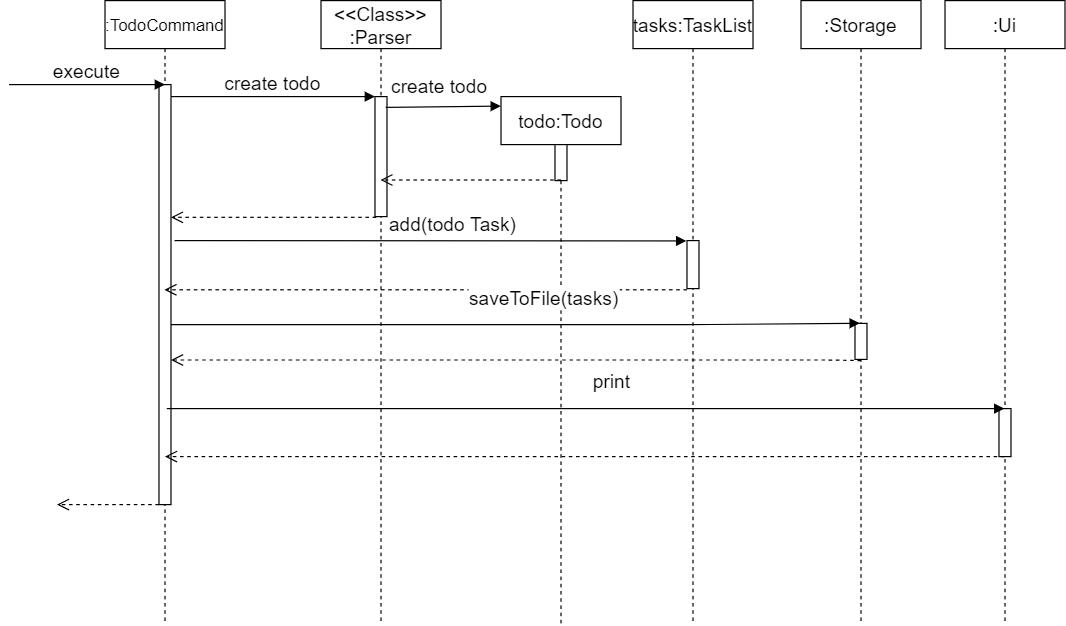
The draw.io diagram docs/images/SequenceDiagram.png in nus-tic4001-AY2021S1/ip, before a commit. Source tidied: cells renumbered, new cells last; positions are measured from the earlier drawing's top-left corner, leaving out a move shared by most shapes.
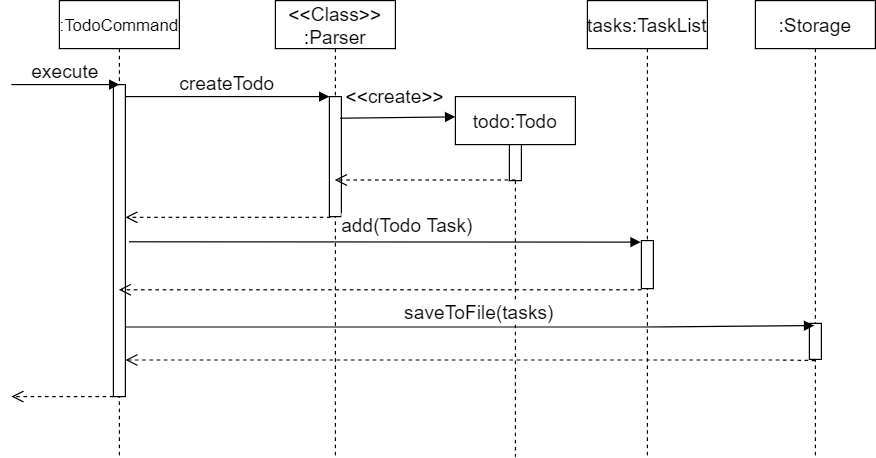
After the change.

Diff of the diagram source:
```diff
@@ -3,13 +3,13 @@
     <mxCell id="0" />
     <mxCell id="1" parent="0" />
     <mxCell id="2" value=":TodoCommand" style="shape=umlLifeline;perimeter=lifelinePerimeter;rounded=0;shadow=0;strokeWidth=1;fontSize=14;" parent="1" vertex="1">
-      <mxGeometry x="80" width="100" height="520" as="geometry" />
+      <mxGeometry x="80" width="100" height="380" as="geometry" />
     </mxCell>
     <mxCell id="3" style="points=[];perimeter=orthogonalPerimeter;rounded=0;shadow=0;strokeWidth=1;fontSize=16;" parent="2" vertex="1">
-      <mxGeometry x="45" y="70" width="10" height="350" as="geometry" />
+      <mxGeometry x="45" y="70" width="10" height="260" as="geometry" />
     </mxCell>
     <mxCell id="4" value="&lt;&lt;Class&gt;&gt;&#10;:Parser" style="shape=umlLifeline;perimeter=lifelinePerimeter;rounded=0;shadow=0;strokeWidth=1;fontSize=16;" parent="1" vertex="1">
-      <mxGeometry x="260" width="100" height="520" as="geometry" />
+      <mxGeometry x="260" width="100" height="380" as="geometry" />
     </mxCell>
     <mxCell id="5" style="points=[];perimeter=orthogonalPerimeter;rounded=0;shadow=0;strokeWidth=1;fontSize=16;" parent="4" vertex="1">
       <mxGeometry x="45" y="80" width="10" height="100" as="geometry" />
@@ -17,36 +17,31 @@
     <mxCell id="6" style="verticalAlign=bottom;endArrow=open;dashed=1;endSize=8;exitX=0.1;exitY=1.006;shadow=0;strokeWidth=1;fontSize=16;exitDx=0;exitDy=0;exitPerimeter=0;" parent="1" edge="1" source="5" target="3">
       <mxGeometry relative="1" as="geometry" />
     </mxCell>
-    <mxCell id="7" value="create todo" style="verticalAlign=bottom;endArrow=block;entryX=0;entryY=0;shadow=0;strokeWidth=1;fontSize=16;" parent="1" edge="1" source="3" target="5">
+    <mxCell id="7" value="createTodo" style="verticalAlign=bottom;endArrow=block;entryX=0;entryY=0;shadow=0;strokeWidth=1;fontSize=16;" parent="1" edge="1" source="3" target="5">
       <mxGeometry relative="1" as="geometry" />
     </mxCell>
     <mxCell id="8" value="tasks:TaskList" style="shape=umlLifeline;perimeter=lifelinePerimeter;rounded=0;shadow=0;strokeWidth=1;fontSize=16;" parent="1" vertex="1">
-      <mxGeometry x="520" width="100" height="520" as="geometry" />
+      <mxGeometry x="520" width="100" height="380" as="geometry" />
     </mxCell>
     <mxCell id="9" style="points=[];perimeter=orthogonalPerimeter;rounded=0;shadow=0;strokeWidth=1;fontSize=16;" parent="8" vertex="1">
       <mxGeometry x="45" y="200" width="10" height="40" as="geometry" />
     </mxCell>
     <mxCell id="10" value=":Storage" style="shape=umlLifeline;perimeter=lifelinePerimeter;rounded=0;shadow=0;strokeWidth=1;fontSize=16;" parent="1" vertex="1">
-      <mxGeometry x="660" width="100" height="520" as="geometry" />
+      <mxGeometry x="660" width="100" height="380" as="geometry" />
     </mxCell>
     <mxCell id="11" style="perimeter=orthogonalPerimeter;rounded=0;shadow=0;strokeWidth=1;fontSize=16;" parent="10" vertex="1">
       <mxGeometry x="45" y="269" width="10" height="30" as="geometry" />
     </mxCell>
-    <mxCell id="12" value=":Ui" style="shape=umlLifeline;perimeter=lifelinePerimeter;rounded=0;shadow=0;strokeWidth=1;fontSize=16;" parent="1" vertex="1">
-      <mxGeometry x="780" width="100" height="520" as="geometry" />
-    </mxCell>
-    <mxCell id="13" style="perimeter=orthogonalPerimeter;rounded=0;shadow=0;strokeWidth=1;fontSize=16;" parent="12" vertex="1">
-      <mxGeometry x="45" y="340" width="10" height="40" as="geometry" />
-    </mxCell>
     <mxCell id="14" value="todo:Todo" style="shape=umlLifeline;perimeter=lifelinePerimeter;rounded=0;shadow=0;strokeWidth=1;fontSize=16;" parent="1" vertex="1">
-      <mxGeometry x="410" y="80" width="100" height="440" as="geometry" />
+      <mxGeometry x="410" y="80" width="100" height="300" as="geometry" />
     </mxCell>
     <mxCell id="15" style="perimeter=orthogonalPerimeter;rounded=0;shadow=0;strokeWidth=1;fontSize=16;" parent="14" vertex="1">
       <mxGeometry x="45" y="40" width="10" height="30" as="geometry" />
     </mxCell>
-    <mxCell id="16" value="create todo" style="verticalAlign=bottom;endArrow=block;shadow=0;strokeWidth=1;fontSize=16;entryX=-0.001;entryY=0.018;entryDx=0;entryDy=0;entryPerimeter=0;" parent="1" edge="1" target="14">
-      <mxGeometry x="-0.06" y="6" relative="1" as="geometry">
-        <mxPoint x="314" y="89" as="sourcePoint" />
+    <mxCell id="16" value="&lt;&lt;create&gt;&gt;" style="verticalAlign=bottom;endArrow=block;shadow=0;strokeWidth=1;fontSize=16;entryX=-0.001;entryY=0.018;entryDx=0;entryDy=0;entryPerimeter=0;" parent="1" edge="1">
+      <mxGeometry x="-0.04" y="7" relative="1" as="geometry">
+        <mxPoint x="314" y="98" as="sourcePoint" />
+        <mxPoint x="409.9" y="96.9" as="targetPoint" />
       </mxGeometry>
     </mxCell>
     <mxCell id="17" style="verticalAlign=bottom;endArrow=open;dashed=1;endSize=8;shadow=0;strokeWidth=1;fontSize=16;" parent="1" edge="1" target="4">
@@ -54,20 +49,21 @@
         <mxPoint x="460" y="149.5" as="sourcePoint" />
       </mxGeometry>
     </mxCell>
-    <mxCell id="18" value="add(todo Task)" style="verticalAlign=bottom;endArrow=block;shadow=0;strokeWidth=1;fontSize=16;entryX=0.143;entryY=0.082;entryDx=0;entryDy=0;entryPerimeter=0;" parent="1" edge="1">
+    <mxCell id="18" value="add(Todo Task)" style="verticalAlign=bottom;endArrow=block;shadow=0;strokeWidth=1;fontSize=16;entryX=0.143;entryY=0.082;entryDx=0;entryDy=0;entryPerimeter=0;" parent="1" edge="1">
       <mxGeometry x="0.09" y="3" relative="1" as="geometry">
-        <mxPoint x="138" y="200" as="sourcePoint" />
-        <mxPoint x="564.4" y="200.3" as="targetPoint" />
+        <mxPoint x="138" y="201" as="sourcePoint" />
+        <mxPoint x="564.4" y="201.3" as="targetPoint" />
       </mxGeometry>
     </mxCell>
     <mxCell id="19" style="verticalAlign=bottom;endArrow=open;dashed=1;endSize=8;shadow=0;strokeWidth=1;fontSize=16;exitX=0;exitY=1.025;exitDx=0;exitDy=0;exitPerimeter=0;" parent="1" edge="1" source="9" target="2">
       <mxGeometry relative="1" as="geometry" />
     </mxCell>
-    <mxCell id="20" value="saveToFile(tasks)" style="verticalAlign=bottom;endArrow=block;shadow=0;strokeWidth=1;fontSize=16;entryX=0.49;entryY=0.517;entryDx=0;entryDy=0;entryPerimeter=0;" parent="1" edge="1" target="10">
-      <mxGeometry x="0.09" y="11" relative="1" as="geometry">
-        <mxPoint x="135" y="270" as="sourcePoint" />
+    <mxCell id="20" value="saveToFile(tasks)" style="verticalAlign=bottom;endArrow=block;shadow=0;strokeWidth=1;fontSize=16;entryX=0.49;entryY=0.517;entryDx=0;entryDy=0;entryPerimeter=0;" parent="1" edge="1">
+      <mxGeometry x="0.03" y="1" relative="1" as="geometry">
+        <mxPoint x="135" y="272" as="sourcePoint" />
+        <mxPoint x="709" y="270.8" as="targetPoint" />
         <Array as="points">
-          <mxPoint x="575.1" y="270" />
+          <mxPoint x="575.1" y="272" />
         </Array>
       </mxGeometry>
     </mxCell>
@@ -80,26 +76,15 @@
         </Array>
       </mxGeometry>
     </mxCell>
-    <mxCell id="22" value="print" style="verticalAlign=bottom;endArrow=block;shadow=0;strokeWidth=1;fontSize=16;" parent="1" edge="1" target="12">
-      <mxGeometry x="0.06" y="12" relative="1" as="geometry">
-        <mxPoint x="131.5" y="340" as="sourcePoint" />
-        <mxPoint x="1" as="offset" />
-      </mxGeometry>
-    </mxCell>
-    <mxCell id="23" style="verticalAlign=bottom;endArrow=open;dashed=1;endSize=8;shadow=0;strokeWidth=1;fontSize=16;" parent="1" edge="1" source="12">
-      <mxGeometry x="-0.01" y="-10" relative="1" as="geometry">
-        <mxPoint x="130" y="380" as="targetPoint" />
-      </mxGeometry>
-    </mxCell>
     <mxCell id="24" style="verticalAlign=bottom;endArrow=open;dashed=1;endSize=8;exitX=0.1;exitY=1.006;shadow=0;strokeWidth=1;fontSize=16;exitDx=0;exitDy=0;exitPerimeter=0;" parent="1" edge="1">
       <mxGeometry relative="1" as="geometry">
-        <mxPoint x="131" y="420" as="sourcePoint" />
-        <mxPoint x="40" y="420" as="targetPoint" />
+        <mxPoint x="131" y="330" as="sourcePoint" />
+        <mxPoint x="40" y="330" as="targetPoint" />
       </mxGeometry>
     </mxCell>
     <mxCell id="25" value="execute" style="verticalAlign=bottom;endArrow=block;entryX=0;entryY=0;shadow=0;strokeWidth=1;fontSize=16;" parent="1" edge="1">
       <mxGeometry relative="1" as="geometry">
-        <mxPoint y="70" as="sourcePoint" />
+        <mxPoint x="40" y="70" as="sourcePoint" />
         <mxPoint x="130" y="70" as="targetPoint" />
       </mxGeometry>
     </mxCell>
```
